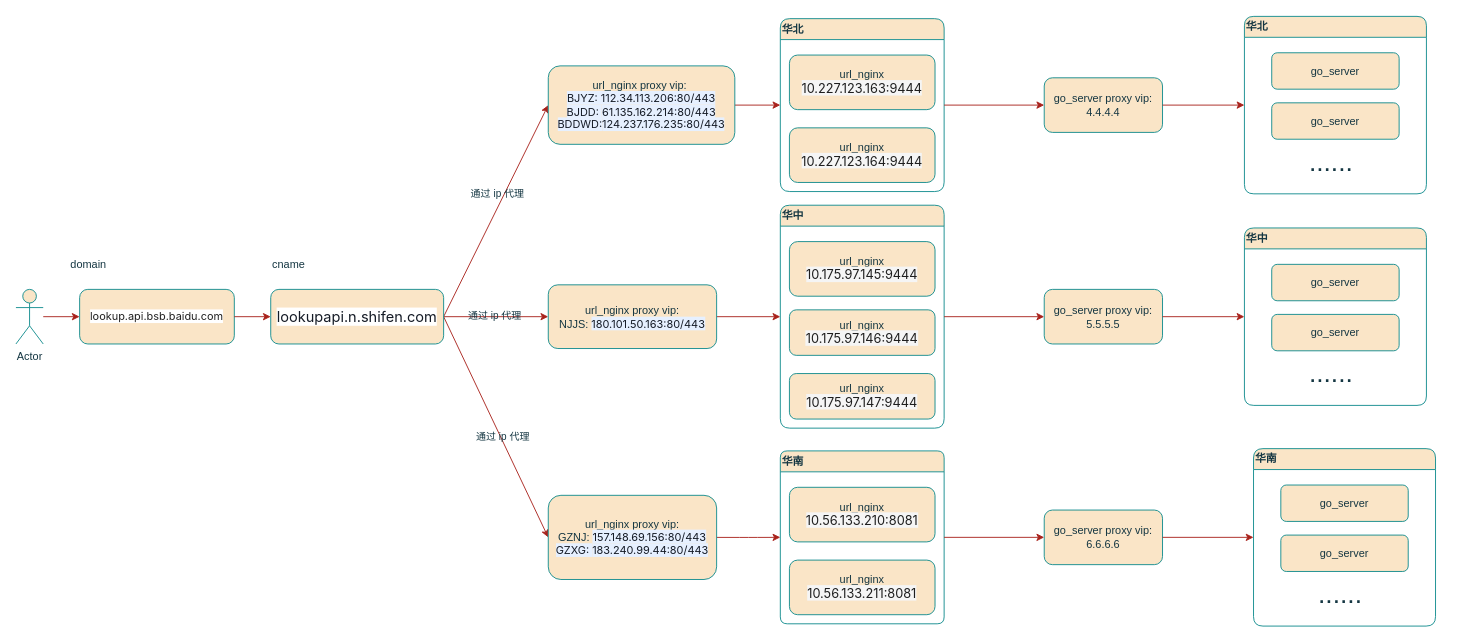
This is url_cache现流程图.drawio from qixiaohu/flow-process-diagram, a draw.io file, before an edit. Source tidied: cells renumbered, new cells numbered last; positions are measured from the earlier drawing's top-left corner, leaving out a move shared by most shapes. Both pictures are drawn from the tidied source at 91%, with x=0, y=0 at pixel (15, 15).
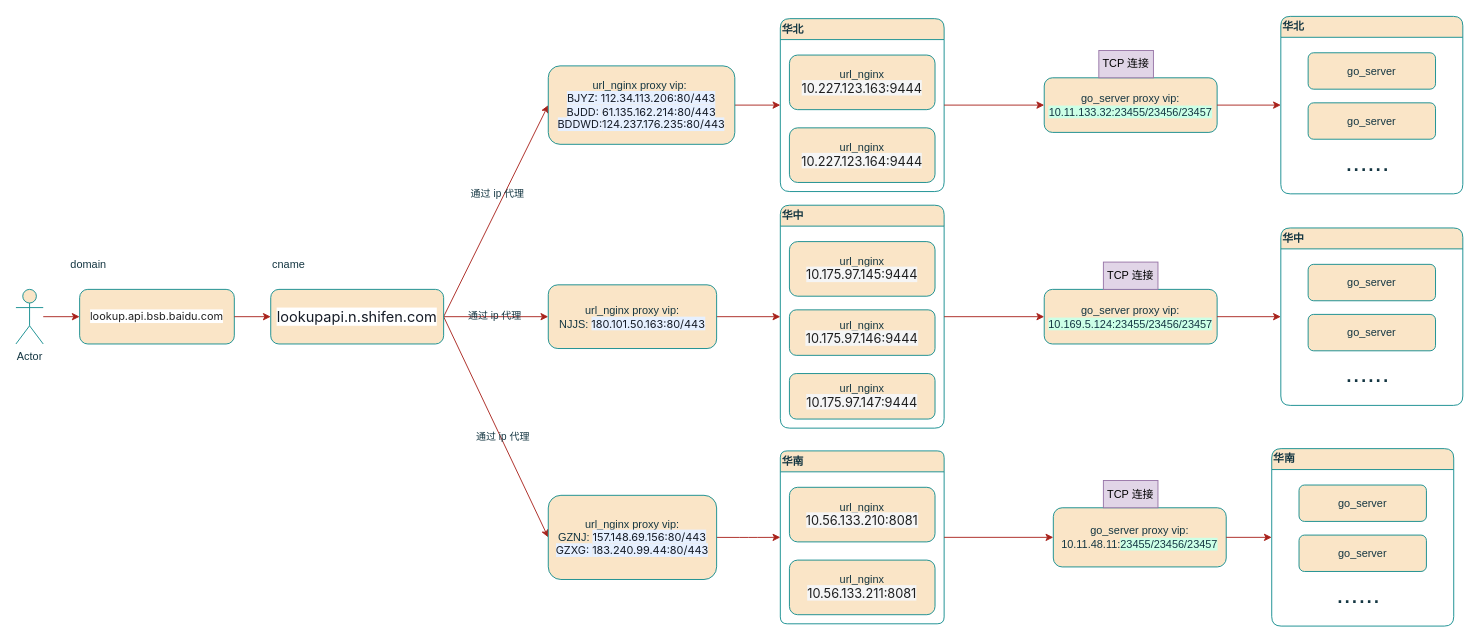
The same page after the edit.

Commit message:
更新url_cache现流程图.drawio

What changed in the source:
```diff
@@
     <mxCell id="21" value="华北&amp;nbsp;" style="swimlane;whiteSpace=wrap;html=1;align=left;rounded=1;labelBackgroundColor=none;fillColor=#FAE5C7;strokeColor=#0F8B8D;fontColor=#143642;" parent="1" vertex="1">
-      <mxGeometry x="1350" y="0.5" width="200" height="195" as="geometry" />
+      <mxGeometry x="1390" y="0.5" width="200" height="195" as="geometry" />
     </mxCell>
@@
-    <mxCell id="31" value="go_server proxy vip: 4.4.4.4" style="rounded=1;whiteSpace=wrap;html=1;labelBackgroundColor=none;fillColor=#FAE5C7;strokeColor=#0F8B8D;fontColor=#143642;" parent="1" vertex="1">
-      <mxGeometry x="1130" y="68" width="130" height="60" as="geometry" />
+    <mxCell id="31" value="go_server proxy vip: &lt;span style=&quot;background-color: rgb(204, 255, 230);&quot;&gt;10.11.133.32:23455/23456/23457&lt;/span&gt;" style="rounded=1;whiteSpace=wrap;html=1;labelBackgroundColor=none;fillColor=#FAE5C7;strokeColor=#0F8B8D;fontColor=#143642;" parent="1" vertex="1">
+      <mxGeometry x="1130" y="68" width="190" height="60" as="geometry" />
     </mxCell>
-    <mxCell id="32" value="go_server proxy vip: 5.5.5.5" style="rounded=1;whiteSpace=wrap;html=1;labelBackgroundColor=none;fillColor=#FAE5C7;strokeColor=#0F8B8D;fontColor=#143642;" parent="1" vertex="1">
-      <mxGeometry x="1130" y="300.5" width="130" height="60" as="geometry" />
+    <mxCell id="32" value="go_server proxy vip: &lt;span style=&quot;background-color: rgb(204, 255, 230);&quot;&gt;10.169.5.124:23455/23456/23457&lt;/span&gt;" style="rounded=1;whiteSpace=wrap;html=1;labelBackgroundColor=none;fillColor=#FAE5C7;strokeColor=#0F8B8D;fontColor=#143642;" parent="1" vertex="1">
+      <mxGeometry x="1130" y="300.5" width="190" height="60" as="geometry" />
     </mxCell>
-    <mxCell id="33" value="go_server proxy vip: 6.6.6.6" style="rounded=1;whiteSpace=wrap;html=1;labelBackgroundColor=none;fillColor=#FAE5C7;strokeColor=#0F8B8D;fontColor=#143642;" parent="1" vertex="1">
-      <mxGeometry x="1130" y="543" width="130" height="60" as="geometry" />
+    <mxCell id="33" value="go_server proxy vip: 10.11.48.11:&lt;span style=&quot;background-color: rgb(204, 255, 230);&quot;&gt;23455/23456/23457&lt;/span&gt;" style="rounded=1;whiteSpace=wrap;html=1;labelBackgroundColor=none;fillColor=#FAE5C7;strokeColor=#0F8B8D;fontColor=#143642;" parent="1" vertex="1">
+      <mxGeometry x="1140" y="540.5" width="190" height="65" as="geometry" />
     </mxCell>
@@
     <mxCell id="40" value="华中" style="swimlane;whiteSpace=wrap;html=1;align=left;rounded=1;labelBackgroundColor=none;fillColor=#FAE5C7;strokeColor=#0F8B8D;fontColor=#143642;" parent="1" vertex="1">
-      <mxGeometry x="1350" y="233" width="200" height="195" as="geometry" />
+      <mxGeometry x="1390" y="233" width="200" height="195" as="geometry" />
     </mxCell>
@@
     <mxCell id="44" value="华南" style="swimlane;whiteSpace=wrap;html=1;align=left;rounded=1;labelBackgroundColor=none;fillColor=#FAE5C7;strokeColor=#0F8B8D;fontColor=#143642;" parent="1" vertex="1">
-      <mxGeometry x="1360" y="475.5" width="200" height="195" as="geometry" />
+      <mxGeometry x="1380" y="475.5" width="200" height="195" as="geometry" />
     </mxCell>
@@
+    <mxCell id="52" value="TCP 连接" style="text;html=1;align=center;verticalAlign=middle;whiteSpace=wrap;rounded=0;fillColor=#e1d5e7;strokeColor=#9673a6;" parent="1" vertex="1">
+      <mxGeometry x="1190" y="38" width="60" height="30" as="geometry" />
+    </mxCell>
+    <mxCell id="53" value="TCP 连接" style="text;html=1;align=center;verticalAlign=middle;whiteSpace=wrap;rounded=0;fillColor=#e1d5e7;strokeColor=#9673a6;" parent="1" vertex="1">
+      <mxGeometry x="1195" y="270.5" width="60" height="30" as="geometry" />
+    </mxCell>
+    <mxCell id="54" value="TCP 连接" style="text;html=1;align=center;verticalAlign=middle;whiteSpace=wrap;rounded=0;fillColor=#e1d5e7;strokeColor=#9673a6;" parent="1" vertex="1">
+      <mxGeometry x="1195" y="510.5" width="60" height="30" as="geometry" />
+    </mxCell>
```
